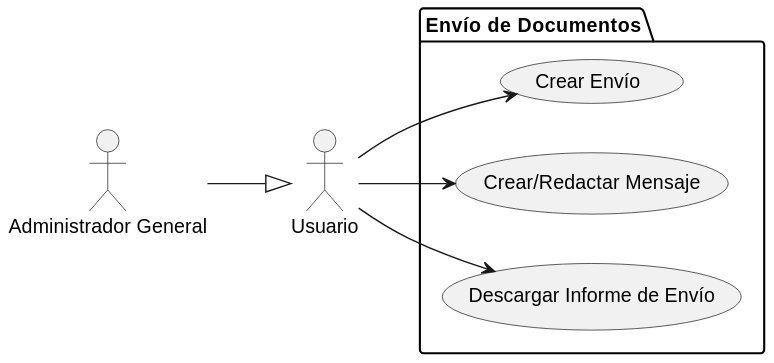
Above: docs/casosDeUso/diagramaCasosDeUso/envioDocumentos/envioDocumentos.svg in mmasias/24-25-IdSw1-SDR (PlantUML), before the change.
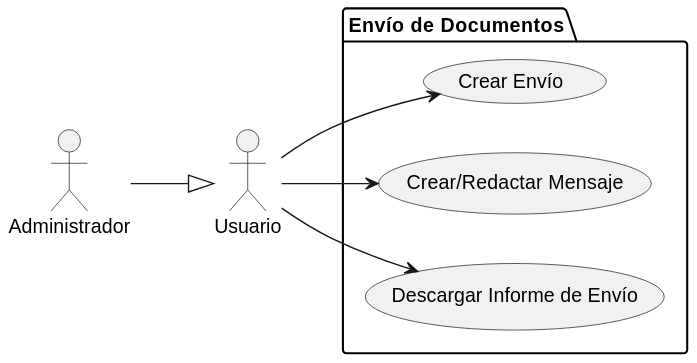
The same file after the commit.

What changed in the source:
```diff
@@ -1,7 +1,7 @@
 @startuml
 left to right direction
 actor "Usuario" as Usuario
-actor "Administrador General" as AdminGeneral
+actor "Administrador" as Administrador
 
 package "Envío de Documentos" {
     usecase "Crear Envío" as ED1
@@ -9,7 +9,7 @@
     usecase "Descargar Informe de Envío" as ED3
 }
 
-AdminGeneral --|> Usuario
+Administrador --|> Usuario
 Usuario --> ED1
 Usuario --> ED2
 Usuario --> ED3
```
